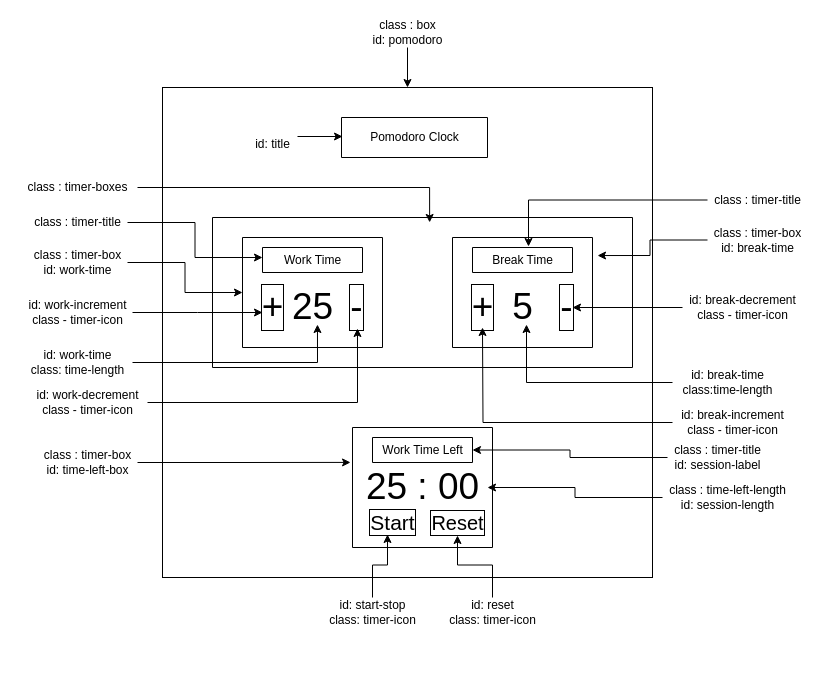
Earlier version of the draw.io diagram Clock Layout.drawio (nick-brook/Pomodoro-Clock). Source tidied: cells renumbered, new cells numbered last; positions are measured from the earlier drawing's top-left corner, leaving out a move shared by most shapes. Both pictures are drawn from the tidied source at 100%, with x=0, y=0 at pixel (17, 17).
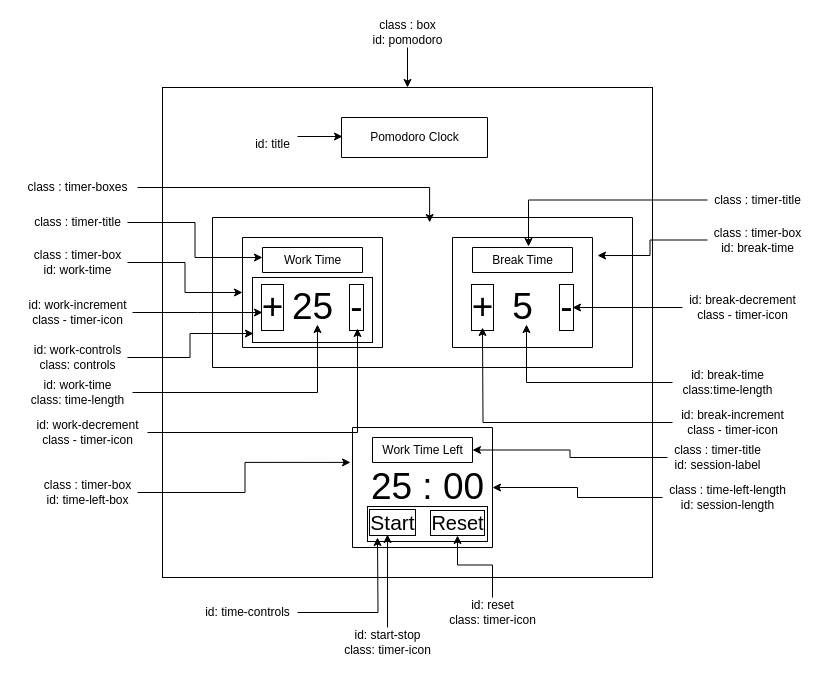
The same page after the edit.

Commit message (it also covers changes not shown here):
design and basic layout

Change to the diagram source:
```diff
@@
-    <mxCell id="2" style="verticalLabelPosition=bottom;verticalAlign=top;html=1;shape=mxgraph.basic.rect;fillColor2=none;strokeWidth=1;size=20;indent=5;" parent="1" vertex="1">
-      <mxGeometry x="235" y="260" width="120" height="60" as="geometry" />
-    </mxCell>
@@
+    <mxCell id="44" style="verticalLabelPosition=bottom;verticalAlign=top;html=1;shape=mxgraph.basic.rect;fillColor2=none;strokeWidth=1;size=20;indent=5;" parent="1" vertex="1">
+      <mxGeometry x="335" y="410" width="140" height="120" as="geometry" />
+    </mxCell>
+    <mxCell id="61" style="rounded=0;whiteSpace=wrap;html=1;" parent="1" vertex="1">
+      <mxGeometry x="350" y="489" width="120" height="35" as="geometry" />
+    </mxCell>
+    <mxCell id="9" style="verticalLabelPosition=bottom;verticalAlign=top;html=1;shape=mxgraph.basic.rect;fillColor2=none;strokeWidth=1;size=20;indent=5;" parent="1" vertex="1">
+      <mxGeometry x="195" y="200" width="420" height="150" as="geometry" />
+    </mxCell>
+    <mxCell id="10" style="verticalLabelPosition=bottom;verticalAlign=top;html=1;shape=mxgraph.basic.rect;fillColor2=none;strokeWidth=1;size=20;indent=5;" parent="1" vertex="1">
+      <mxGeometry x="225" y="220" width="140" height="110" as="geometry" />
+    </mxCell>
+    <mxCell id="62" style="rounded=0;whiteSpace=wrap;html=1;" parent="1" vertex="1">
+      <mxGeometry x="235" y="260" width="120" height="65" as="geometry" />
+    </mxCell>
@@
-    <mxCell id="9" style="verticalLabelPosition=bottom;verticalAlign=top;html=1;shape=mxgraph.basic.rect;fillColor2=none;strokeWidth=1;size=20;indent=5;" parent="1" vertex="1">
-      <mxGeometry x="195" y="200" width="420" height="150" as="geometry" />
-    </mxCell>
-    <mxCell id="10" style="verticalLabelPosition=bottom;verticalAlign=top;html=1;shape=mxgraph.basic.rect;fillColor2=none;strokeWidth=1;size=20;indent=5;" parent="1" vertex="1">
-      <mxGeometry x="225" y="220" width="140" height="110" as="geometry" />
-    </mxCell>
@@
     <mxCell id="22" value="id: work-time&lt;br&gt;class: time-length" style="text;html=1;align=center;verticalAlign=middle;points=[];fillColor=none;strokeColor=none;rounded=0;" parent="1" vertex="1">
-      <mxGeometry x="5" y="330" width="110" height="30" as="geometry" />
+      <mxGeometry x="5" y="360" width="110" height="30" as="geometry" />
     </mxCell>
@@
     <mxCell id="24" value="id: work-decrement&lt;br&gt;class - timer-icon" style="text;html=1;align=center;verticalAlign=middle;points=[];fillColor=none;strokeColor=none;rounded=0;" parent="1" vertex="1">
-      <mxGeometry x="10" y="370" width="120" height="30" as="geometry" />
+      <mxGeometry x="10" y="400" width="120" height="30" as="geometry" />
     </mxCell>
@@
-    <mxCell id="43" style="verticalLabelPosition=bottom;verticalAlign=top;html=1;shape=mxgraph.basic.rect;fillColor2=none;strokeWidth=1;size=20;indent=5;" parent="1" vertex="1">
-      <mxGeometry x="345" y="450" width="120" height="60" as="geometry" />
-    </mxCell>
-    <mxCell id="44" style="verticalLabelPosition=bottom;verticalAlign=top;html=1;shape=mxgraph.basic.rect;fillColor2=none;strokeWidth=1;size=20;indent=5;" parent="1" vertex="1">
-      <mxGeometry x="335" y="410" width="140" height="120" as="geometry" />
-    </mxCell>
@@
     <mxCell id="48" value="&lt;font style=&quot;font-size: 37px&quot;&gt;25 : 00&lt;/font&gt;" style="text;html=1;align=center;verticalAlign=middle;points=[];fillColor=none;strokeColor=none;rounded=0;" parent="1" vertex="1">
-      <mxGeometry x="340" y="455" width="130" height="30" as="geometry" />
+      <mxGeometry x="345" y="455" width="130" height="30" as="geometry" />
     </mxCell>
@@
     <mxCell id="52" value="class : timer-box&lt;br&gt;id: time-left-box" style="text;html=1;align=center;verticalAlign=middle;points=[];fillColor=none;strokeColor=none;rounded=0;" parent="1" vertex="1">
-      <mxGeometry x="20" y="430" width="100" height="30" as="geometry" />
+      <mxGeometry x="20" y="460" width="100" height="30" as="geometry" />
     </mxCell>
@@
     <mxCell id="58" value="id: start-stop&lt;br&gt;class: timer-icon" style="text;html=1;align=center;verticalAlign=middle;points=[];fillColor=none;strokeColor=none;rounded=0;" parent="1" vertex="1">
-      <mxGeometry x="305" y="580" width="100" height="30" as="geometry" />
+      <mxGeometry x="320" y="610" width="100" height="30" as="geometry" />
     </mxCell>
@@
+    <mxCell id="63" style="edgeStyle=orthogonalEdgeStyle;rounded=0;jettySize=auto;html=1;entryX=0.008;entryY=0.862;entryDx=0;entryDy=0;entryPerimeter=0;" parent="1" edge="1" source="64" target="62">
+      <mxGeometry relative="1" as="geometry" />
+    </mxCell>
+    <mxCell id="64" value="id: work-controls&lt;br&gt;class: controls" style="text;html=1;align=center;verticalAlign=middle;points=[];fillColor=none;strokeColor=none;rounded=0;" parent="1" vertex="1">
+      <mxGeometry x="10" y="325" width="100" height="30" as="geometry" />
+    </mxCell>
+    <mxCell id="65" style="edgeStyle=orthogonalEdgeStyle;rounded=0;jettySize=auto;html=1;" parent="1" edge="1" source="66">
+      <mxGeometry relative="1" as="geometry">
+        <mxPoint x="360" y="520" as="targetPoint" />
+      </mxGeometry>
+    </mxCell>
+    <mxCell id="66" value="id: time-controls" style="text;html=1;align=center;verticalAlign=middle;points=[];fillColor=none;strokeColor=none;rounded=0;" parent="1" vertex="1">
+      <mxGeometry x="180" y="585" width="100" height="20" as="geometry" />
+    </mxCell>
```
